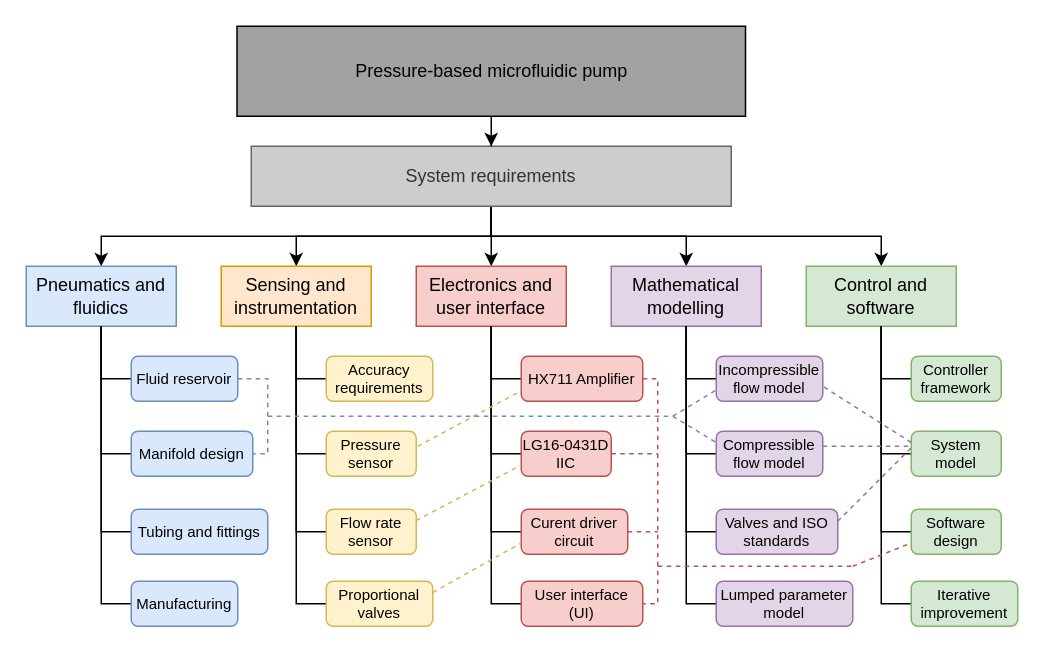
This is Diagrams/parallelmethod.drawio from caelangillon/microfluidic-pump, a draw.io file, before an edit. Source tidied: cells renumbered, new cells numbered last; positions are measured from the earlier drawing's top-left corner, leaving out a move shared by most shapes. Both pictures are drawn from the tidied source at 150%, with x=0, y=0 at pixel (26, 26).
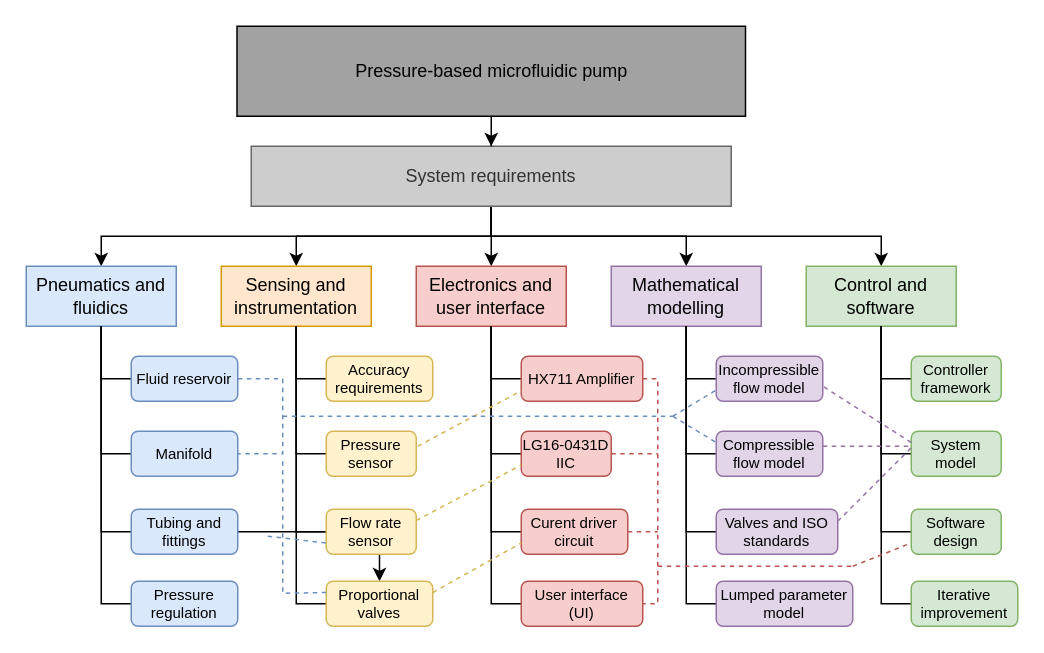
The same page after the edit.

Unchanged cells that the change refers to:
```xml
<mxCell id="15" value="Fluid reservoir" style="rounded=1;whiteSpace=wrap;html=1;fontSize=10;fillColor=#dae8fc;strokeColor=#6c8ebf;" parent="1" vertex="1">
  <mxGeometry x="70" y="220" width="71" height="30" as="geometry" />
</mxCell>
<mxCell id="26" value="Flow rate sensor" style="rounded=1;whiteSpace=wrap;html=1;fontSize=10;fillColor=#fff2cc;strokeColor=#d6b656;" parent="1" vertex="1">
  <mxGeometry x="200" y="322" width="60" height="30" as="geometry" />
</mxCell>
<mxCell id="28" value="Proportional valves" style="rounded=1;whiteSpace=wrap;html=1;fontSize=10;fillColor=#fff2cc;strokeColor=#d6b656;" parent="1" vertex="1">
  <mxGeometry x="200" y="370" width="71" height="30" as="geometry" />
</mxCell>
```

What changed in the source:
```diff
@@
-    <mxCell id="17" value="Manifold design" style="rounded=1;whiteSpace=wrap;html=1;fontSize=10;fillColor=#dae8fc;strokeColor=#6c8ebf;" parent="1" vertex="1">
-      <mxGeometry x="70" y="270" width="81" height="30" as="geometry" />
+    <mxCell id="17" value="Manifold" style="rounded=1;whiteSpace=wrap;html=1;fontSize=10;fillColor=#dae8fc;strokeColor=#6c8ebf;" parent="1" vertex="1">
+      <mxGeometry x="70" y="270" width="71" height="30" as="geometry" />
     </mxCell>
@@
+    <mxCell id="70" style="edgeStyle=orthogonalEdgeStyle;rounded=0;jettySize=auto;html=1;" parent="1" edge="1" source="19" target="28">
+      <mxGeometry relative="1" as="geometry" />
+    </mxCell>
     <mxCell id="19" value="Tubing and fittings" style="rounded=1;whiteSpace=wrap;html=1;fontSize=10;fillColor=#dae8fc;strokeColor=#6c8ebf;" parent="1" vertex="1">
-      <mxGeometry x="70" y="322" width="91" height="30" as="geometry" />
+      <mxGeometry x="70" y="322" width="71" height="30" as="geometry" />
     </mxCell>
-    <mxCell id="20" value="Manufacturing" style="rounded=1;whiteSpace=wrap;html=1;fontSize=10;fillColor=#dae8fc;strokeColor=#6c8ebf;" parent="1" vertex="1">
+    <mxCell id="20" value="Pressure regulation" style="rounded=1;whiteSpace=wrap;html=1;fontSize=10;fillColor=#dae8fc;strokeColor=#6c8ebf;" parent="1" vertex="1">
       <mxGeometry x="70" y="370" width="71" height="30" as="geometry" />
     </mxCell>
@@
-    <mxCell id="66" style="endArrow=none;dashed=1;html=1;rounded=0;exitX=1;exitY=0.5;exitDx=0;exitDy=0;entryX=1;entryY=0.5;entryDx=0;entryDy=0;fillColor=#dae8fc;strokeColor=#6c8ebf;" parent="1" edge="1" source="15" target="17">
-      <mxGeometry relative="1" as="geometry">
-        <Array as="points">
-          <mxPoint x="161" y="235" />
-          <mxPoint x="161" y="285" />
-        </Array>
-      </mxGeometry>
-    </mxCell>
     <mxCell id="67" style="endArrow=none;dashed=1;html=1;rounded=0;fillColor=#dae8fc;strokeColor=#6c8ebf;" parent="1" edge="1">
       <mxGeometry relative="1" as="geometry">
-        <mxPoint x="161" y="260" as="sourcePoint" />
+        <mxPoint x="171" y="260" as="sourcePoint" />
         <mxPoint x="431" y="260" as="targetPoint" />
       </mxGeometry>
     </mxCell>
@@
+    <mxCell id="71" style="endArrow=none;dashed=1;html=1;rounded=0;entryX=0;entryY=0.25;entryDx=0;entryDy=0;fillColor=#dae8fc;strokeColor=#6c8ebf;" parent="1" edge="1" target="28">
+      <mxGeometry relative="1" as="geometry">
+        <mxPoint x="171" y="290" as="sourcePoint" />
+        <Array as="points">
+          <mxPoint x="171" y="378" />
+        </Array>
+      </mxGeometry>
+    </mxCell>
+    <mxCell id="72" style="endArrow=none;dashed=1;html=1;rounded=0;entryX=0;entryY=0.75;entryDx=0;entryDy=0;fillColor=#dae8fc;strokeColor=#6c8ebf;" parent="1" edge="1" target="26">
+      <mxGeometry relative="1" as="geometry">
+        <mxPoint x="161" y="340" as="sourcePoint" />
+      </mxGeometry>
+    </mxCell>
+    <mxCell id="66" style="endArrow=none;dashed=1;html=1;rounded=0;exitX=1;exitY=0.5;exitDx=0;exitDy=0;entryX=1;entryY=0.5;entryDx=0;entryDy=0;fillColor=#dae8fc;strokeColor=#6c8ebf;" parent="1" edge="1" source="15" target="17">
+      <mxGeometry relative="1" as="geometry">
+        <Array as="points">
+          <mxPoint x="171" y="235" />
+          <mxPoint x="171" y="285" />
+        </Array>
+      </mxGeometry>
+    </mxCell>
```
